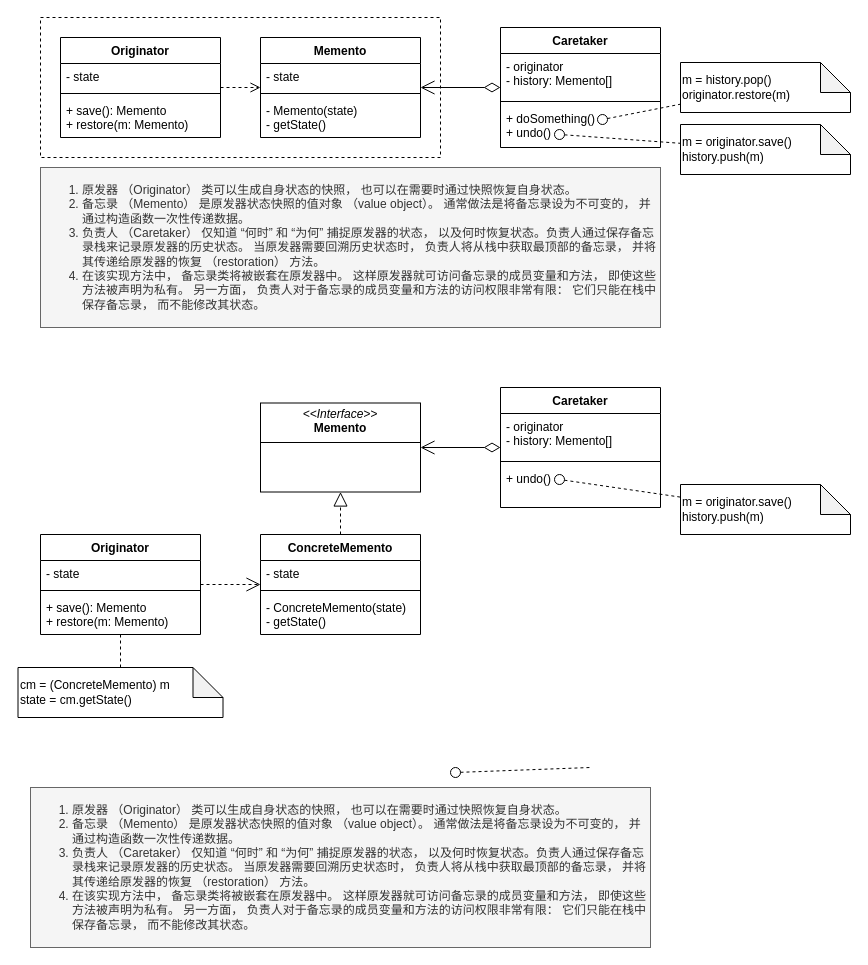
Above: memento.drawio in pcandlej/drawio-design-pattern (draw.io), before the change. Source tidied: cells renumbered, new cells numbered last; positions are measured from the earlier drawing's top-left corner, leaving out a move shared by most shapes. Both pictures are drawn from the tidied source at 100%, with x=0, y=0 at pixel (18, 17).
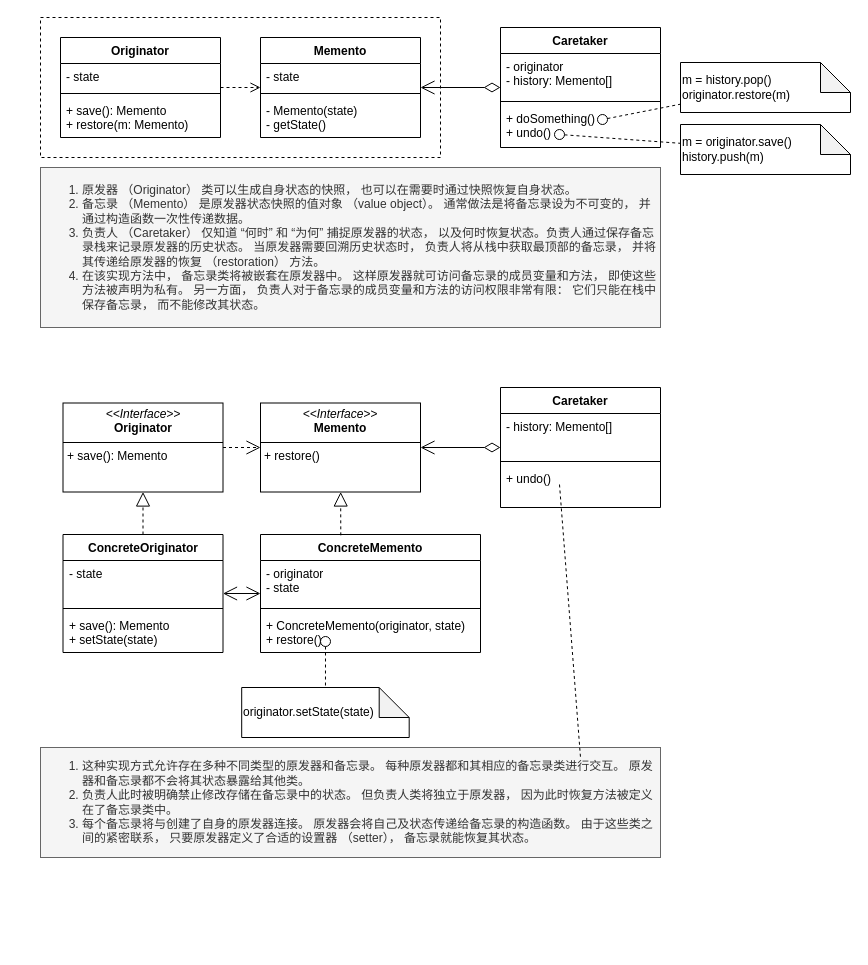
The same diagram, later.

Unchanged cells that the change refers to:
```xml
<mxCell id="32" value="Caretaker" style="swimlane;fontStyle=1;align=center;verticalAlign=top;horizontal=1;startSize=26;whiteSpace=wrap;html=1;" parent="1" vertex="1">
  <mxGeometry x="482" y="370" width="160" height="120" as="geometry" />
</mxCell>
```

Change to the diagram source:
```diff
@@
+    <mxCell id="46" style="edgeStyle=orthogonalEdgeStyle;rounded=0;jettySize=auto;html=1;startArrow=open;startFill=0;endArrow=open;endFill=0;endSize=12;startSize=12;" parent="1" edge="1" source="24" target="28">
+      <mxGeometry relative="1" as="geometry" />
+    </mxCell>
-    <mxCell id="24" value="Originator" style="swimlane;fontStyle=1;align=center;verticalAlign=top;horizontal=1;startSize=26;whiteSpace=wrap;html=1;" parent="1" vertex="1">
-      <mxGeometry x="22" y="517" width="160" height="100" as="geometry" />
+    <mxCell id="24" value="ConcreteOriginator" style="swimlane;fontStyle=1;align=center;verticalAlign=top;horizontal=1;startSize=26;whiteSpace=wrap;html=1;" parent="1" vertex="1">
+      <mxGeometry x="44.5" y="517" width="160" height="118" as="geometry" />
     </mxCell>
     <mxCell id="25" value="- state" style="text;strokeColor=none;fillColor=none;align=left;verticalAlign=top;spacingLeft=4;spacingRight=4;overflow=hidden;whiteSpace=wrap;html=1;" parent="24" vertex="1">
-      <mxGeometry y="26" width="160" height="26" as="geometry" />
+      <mxGeometry y="26" width="160" height="44" as="geometry" />
     </mxCell>
     <mxCell id="26" style="line;strokeWidth=1;fillColor=none;align=left;verticalAlign=middle;spacingTop=-1;spacingLeft=3;spacingRight=3;labelPosition=right;strokeColor=inherit;" parent="24" vertex="1">
-      <mxGeometry y="52" width="160" height="8" as="geometry" />
+      <mxGeometry y="70" width="160" height="8" as="geometry" />
     </mxCell>
-    <mxCell id="27" value="+ save(): Memento&lt;div&gt;+ restore(m: Memento)&lt;/div&gt;" style="text;strokeColor=none;fillColor=none;align=left;verticalAlign=top;spacingLeft=4;spacingRight=4;overflow=hidden;whiteSpace=wrap;html=1;" parent="24" vertex="1">
-      <mxGeometry y="60" width="160" height="40" as="geometry" />
+    <mxCell id="27" value="+ save(): Memento&lt;div&gt;+ setState(state)&lt;/div&gt;" style="text;strokeColor=none;fillColor=none;align=left;verticalAlign=top;spacingLeft=4;spacingRight=4;overflow=hidden;whiteSpace=wrap;html=1;" parent="24" vertex="1">
+      <mxGeometry y="78" width="160" height="40" as="geometry" />
     </mxCell>
     <mxCell id="28" value="ConcreteMemento" style="swimlane;fontStyle=1;align=center;verticalAlign=top;horizontal=1;startSize=26;whiteSpace=wrap;html=1;" parent="1" vertex="1">
-      <mxGeometry x="242" y="517" width="160" height="100" as="geometry" />
+      <mxGeometry x="242" y="517" width="220" height="118" as="geometry" />
     </mxCell>
-    <mxCell id="29" value="- state" style="text;strokeColor=none;fillColor=none;align=left;verticalAlign=top;spacingLeft=4;spacingRight=4;overflow=hidden;whiteSpace=wrap;html=1;" parent="28" vertex="1">
-      <mxGeometry y="26" width="160" height="26" as="geometry" />
+    <mxCell id="29" value="&lt;div&gt;- originator&lt;/div&gt;- state" style="text;strokeColor=none;fillColor=none;align=left;verticalAlign=top;spacingLeft=4;spacingRight=4;overflow=hidden;whiteSpace=wrap;html=1;" parent="28" vertex="1">
+      <mxGeometry y="26" width="220" height="44" as="geometry" />
     </mxCell>
     <mxCell id="30" style="line;strokeWidth=1;fillColor=none;align=left;verticalAlign=middle;spacingTop=-1;spacingLeft=3;spacingRight=3;labelPosition=right;strokeColor=inherit;" parent="28" vertex="1">
-      <mxGeometry y="52" width="160" height="8" as="geometry" />
+      <mxGeometry y="70" width="220" height="8" as="geometry" />
     </mxCell>
-    <mxCell id="31" value="- ConcreteMemento(state)&lt;div&gt;- getState()&lt;/div&gt;" style="text;strokeColor=none;fillColor=none;align=left;verticalAlign=top;spacingLeft=4;spacingRight=4;overflow=hidden;whiteSpace=wrap;html=1;" parent="28" vertex="1">
-      <mxGeometry y="60" width="160" height="40" as="geometry" />
+    <mxCell id="31" value="+ ConcreteMemento(originator, state)&lt;div&gt;+ restore()&lt;/div&gt;" style="text;strokeColor=none;fillColor=none;align=left;verticalAlign=top;spacingLeft=4;spacingRight=4;overflow=hidden;whiteSpace=wrap;html=1;" parent="28" vertex="1">
+      <mxGeometry y="78" width="220" height="40" as="geometry" />
     </mxCell>
@@
-    <mxCell id="33" value="- originator&lt;div&gt;- history: Memento[]&lt;/div&gt;" style="text;strokeColor=none;fillColor=none;align=left;verticalAlign=top;spacingLeft=4;spacingRight=4;overflow=hidden;whiteSpace=wrap;html=1;" parent="32" vertex="1">
+    <mxCell id="33" value="&lt;div&gt;- history: Memento[]&lt;/div&gt;" style="text;strokeColor=none;fillColor=none;align=left;verticalAlign=top;spacingLeft=4;spacingRight=4;overflow=hidden;whiteSpace=wrap;html=1;" parent="32" vertex="1">
       <mxGeometry y="26" width="160" height="44" as="geometry" />
     </mxCell>
@@
-    <mxCell id="36" value="&lt;ol&gt;&lt;li&gt;原发器 （Originator） 类可以生成自身状态的快照， 也可以在需要时通过快照恢复自身状态。&lt;/li&gt;&lt;li&gt;备忘录 （Memento） 是原发器状态快照的值对象 （value object）。 通常做法是将备忘录设为不可变的， 并通过构造函数一次性传递数据。&lt;/li&gt;&lt;li&gt;负责人 （Caretaker） 仅知道 “何时” 和 “为何” 捕捉原发器的状态， 以及何时恢复状态。负责人通过保存备忘录栈来记录原发器的历史状态。 当原发器需要回溯历史状态时， 负责人将从栈中获取最顶部的备忘录， 并将其传递给原发器的恢复 （restoration） 方法。&lt;/li&gt;&lt;li&gt;在该实现方法中， 备忘录类将被嵌套在原发器中。 这样原发器就可访问备忘录的成员变量和方法， 即使这些方法被声明为私有。 另一方面， 负责人对于备忘录的成员变量和方法的访问权限非常有限： 它们只能在栈中保存备忘录， 而不能修改其状态。&lt;br&gt;&lt;/li&gt;&lt;/ol&gt;" style="text;html=1;align=left;verticalAlign=middle;whiteSpace=wrap;rounded=0;fillColor=#f5f5f5;fontColor=#333333;strokeColor=#666666;" parent="1" vertex="1">
-      <mxGeometry x="12" y="770" width="620" height="160" as="geometry" />
+    <mxCell id="36" value="&lt;ol&gt;&lt;li&gt;这种实现方式允许存在多种不同类型的原发器和备忘录。 每种原发器都和其相应的备忘录类进行交互。 原发器和备忘录都不会将其状态暴露给其他类。&lt;br&gt;&lt;/li&gt;&lt;li&gt;负责人此时被明确禁止修改存储在备忘录中的状态。 但负责人类将独立于原发器， 因为此时恢复方法被定义在了备忘录类中。&lt;br&gt;&lt;/li&gt;&lt;li&gt;每个备忘录将与创建了自身的原发器连接。 原发器会将自己及状态传递给备忘录的构造函数。 由于这些类之间的紧密联系， 只要原发器定义了合适的设置器 （setter）， 备忘录就能恢复其状态。&lt;br&gt;&lt;/li&gt;&lt;/ol&gt;" style="text;html=1;align=left;verticalAlign=middle;whiteSpace=wrap;rounded=0;fillColor=#f5f5f5;fontColor=#333333;strokeColor=#666666;" parent="1" vertex="1">
+      <mxGeometry x="22" y="730" width="620" height="110" as="geometry" />
     </mxCell>
-    <mxCell id="37" value="cm = (ConcreteMemento) m&lt;div&gt;state = cm.getState()&lt;/div&gt;" style="shape=note;whiteSpace=wrap;html=1;backgroundOutline=1;darkOpacity=0.05;align=left;" parent="1" vertex="1">
-      <mxGeometry x="-0.5" y="650" width="205" height="50" as="geometry" />
+    <mxCell id="37" value="originator.setState(state)" style="shape=note;whiteSpace=wrap;html=1;backgroundOutline=1;darkOpacity=0.05;align=left;" parent="1" vertex="1">
+      <mxGeometry x="223.2" y="670" width="167.5" height="50" as="geometry" />
     </mxCell>
-    <mxCell id="38" value="m =&amp;nbsp;&lt;span style=&quot;background-color: initial;&quot;&gt;originator.save()&lt;/span&gt;&lt;div&gt;&lt;span style=&quot;background-color: initial;&quot;&gt;history.push(m)&lt;/span&gt;&lt;/div&gt;" style="shape=note;whiteSpace=wrap;html=1;backgroundOutline=1;darkOpacity=0.05;align=left;" parent="1" vertex="1">
-      <mxGeometry x="662" y="467" width="170" height="50" as="geometry" />
-    </mxCell>
-    <mxCell id="39" style="endArrow=none;dashed=1;html=1;rounded=0;" parent="1" edge="1" source="24" target="37">
+    <mxCell id="39" style="endArrow=none;dashed=1;html=1;rounded=0;" parent="1" edge="1" source="48" target="37">
       <mxGeometry relative="1" as="geometry" />
     </mxCell>
-    <mxCell id="40" style="ellipse;whiteSpace=wrap;html=1;" parent="1" vertex="1">
-      <mxGeometry x="536" y="457" width="10" height="10" as="geometry" />
-    </mxCell>
-    <mxCell id="41" style="endArrow=none;dashed=1;html=1;rounded=0;" parent="1" edge="1" source="40" target="38">
-      <mxGeometry relative="1" as="geometry" />
+    <mxCell id="41" style="endArrow=none;dashed=1;html=1;rounded=0;" parent="1" edge="1">
+      <mxGeometry relative="1" as="geometry">
+        <mxPoint x="541" y="467" as="sourcePoint" />
+        <mxPoint x="562" y="740" as="targetPoint" />
+      </mxGeometry>
     </mxCell>
-    <mxCell id="42" style="ellipse;whiteSpace=wrap;html=1;" parent="1" vertex="1">
-      <mxGeometry x="432" y="750" width="10" height="10" as="geometry" />
-    </mxCell>
-    <mxCell id="43" style="endArrow=none;dashed=1;html=1;rounded=0;" parent="1" edge="1" source="42">
-      <mxGeometry relative="1" as="geometry">
-        <mxPoint x="572" y="750" as="targetPoint" />
-      </mxGeometry>
-    </mxCell>
-    <mxCell id="44" value="&lt;p style=&quot;margin:0px;margin-top:4px;text-align:center;&quot;&gt;&lt;i&gt;&amp;lt;&amp;lt;Interface&amp;gt;&amp;gt;&lt;/i&gt;&lt;br&gt;&lt;b&gt;Memento&lt;/b&gt;&lt;/p&gt;&lt;hr size=&quot;1&quot; style=&quot;border-style:solid;&quot;&gt;&lt;p style=&quot;margin:0px;margin-left:4px;&quot;&gt;&lt;br&gt;&lt;/p&gt;" style="verticalAlign=top;align=left;overflow=fill;html=1;whiteSpace=wrap;" parent="1" vertex="1">
+    <mxCell id="44" value="&lt;p style=&quot;margin:0px;margin-top:4px;text-align:center;&quot;&gt;&lt;i&gt;&amp;lt;&amp;lt;Interface&amp;gt;&amp;gt;&lt;/i&gt;&lt;br&gt;&lt;b&gt;Memento&lt;/b&gt;&lt;/p&gt;&lt;hr size=&quot;1&quot; style=&quot;border-style:solid;&quot;&gt;&lt;p style=&quot;margin:0px;margin-left:4px;&quot;&gt;+ restore()&lt;/p&gt;" style="verticalAlign=top;align=left;overflow=fill;html=1;whiteSpace=wrap;" parent="1" vertex="1">
       <mxGeometry x="242" y="385.5" width="160" height="89" as="geometry" />
     </mxCell>
-    <mxCell id="45" style="endArrow=block;dashed=1;endFill=0;endSize=12;html=1;rounded=0;" parent="1" edge="1" source="28" target="44">
+    <mxCell id="45" style="endArrow=block;dashed=1;endFill=0;endSize=12;html=1;rounded=0;exitX=0.365;exitY=0.007;exitDx=0;exitDy=0;exitPerimeter=0;" parent="1" edge="1" source="28" target="44">
       <mxGeometry relative="1" as="geometry" />
     </mxCell>
-    <mxCell id="46" style="endArrow=open;dashed=1;endFill=0;endSize=12;html=1;rounded=0;" parent="1" edge="1" source="24" target="28">
-      <mxGeometry relative="1" as="geometry" />
-    </mxCell>
@@
+    <mxCell id="48" style="ellipse;whiteSpace=wrap;html=1;" parent="1" vertex="1">
+      <mxGeometry x="302" y="619" width="10" height="10" as="geometry" />
+    </mxCell>
+    <mxCell id="49" value="&lt;p style=&quot;margin:0px;margin-top:4px;text-align:center;&quot;&gt;&lt;i&gt;&amp;lt;&amp;lt;Interface&amp;gt;&amp;gt;&lt;/i&gt;&lt;br&gt;&lt;b&gt;Originator&lt;/b&gt;&lt;/p&gt;&lt;hr size=&quot;1&quot; style=&quot;border-style:solid;&quot;&gt;&lt;p style=&quot;margin:0px;margin-left:4px;&quot;&gt;+ save(): Memento&lt;/p&gt;" style="verticalAlign=top;align=left;overflow=fill;html=1;whiteSpace=wrap;" parent="1" vertex="1">
+      <mxGeometry x="44.5" y="385.5" width="160" height="89" as="geometry" />
+    </mxCell>
+    <mxCell id="50" style="endArrow=block;dashed=1;endFill=0;endSize=12;html=1;rounded=0;" parent="1" edge="1" source="24" target="49">
+      <mxGeometry relative="1" as="geometry" />
+    </mxCell>
+    <mxCell id="51" style="endArrow=open;dashed=1;endFill=0;endSize=12;html=1;rounded=0;" parent="1" edge="1" source="49" target="44">
+      <mxGeometry relative="1" as="geometry" />
+    </mxCell>
```
